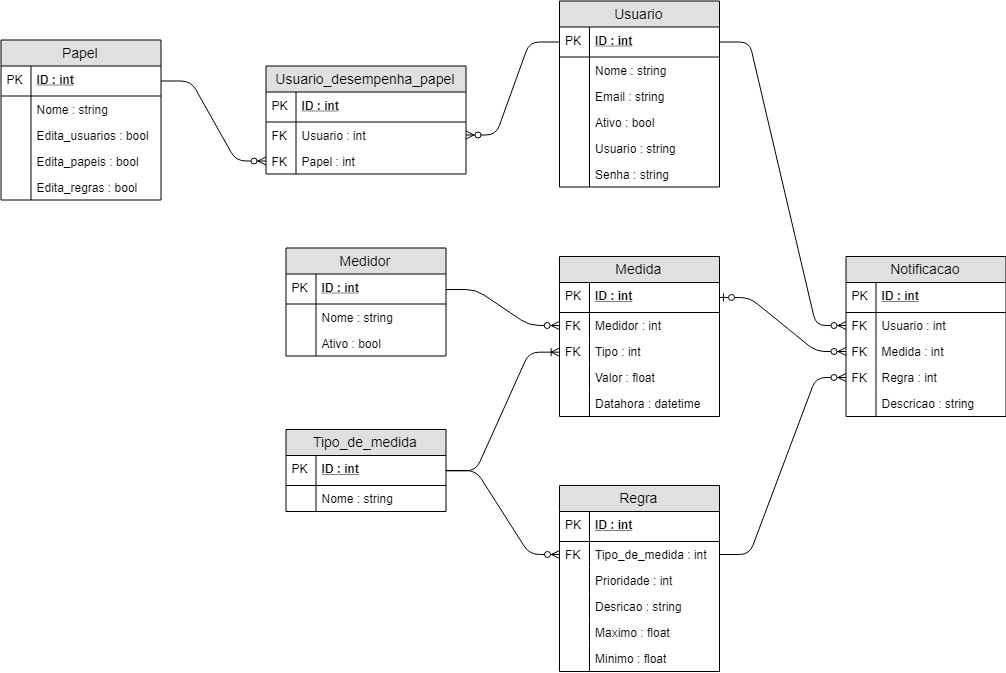
Earlier version of the draw.io export ChernoStation.png (anafalcao/QS-ChernoStation). Source tidied: cells renumbered, new cells last; positions are measured from the earlier drawing's top-left corner, leaving out a move shared by most shapes.
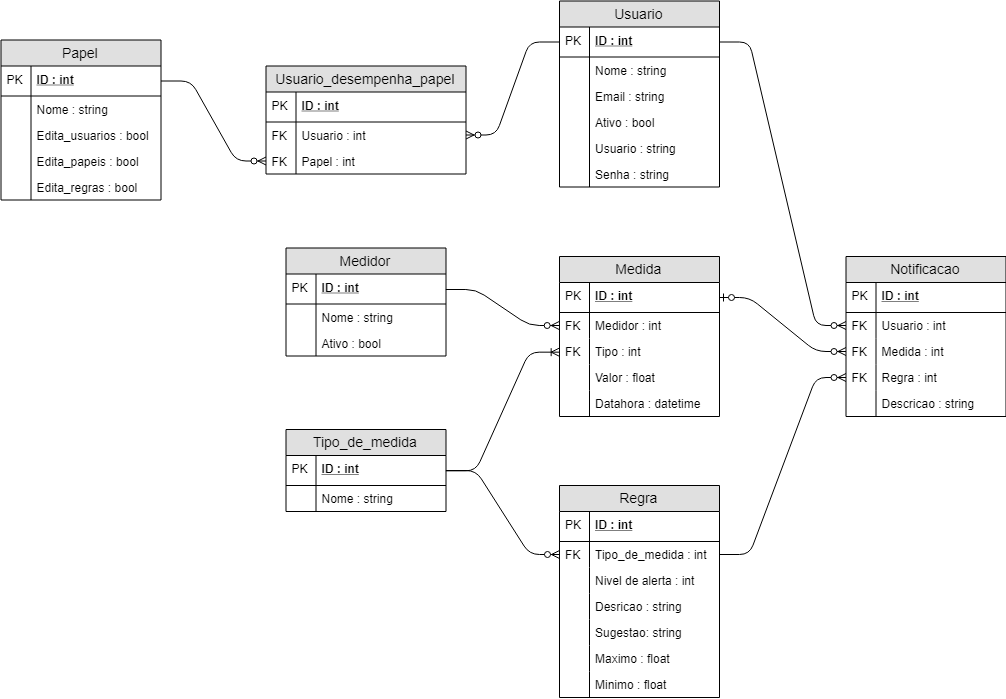
After the commit.

Commit message:
Adicionado nível de alerta e sugestão de correção ao modelo de entidade relacionamento

The edit, as a diff of the source:
```diff
@@ -216,7 +216,7 @@
       <mxGeometry relative="1" as="geometry" />
     </mxCell>
     <mxCell id="73" value="Regra" style="swimlane;fontStyle=0;horizontal=1;startSize=26;fillColor=#e0e0e0;swimlaneFillColor=#ffffff;align=center;fontSize=14;" parent="1" vertex="1">
-      <mxGeometry x="558" y="485" width="160" height="186" as="geometry" />
+      <mxGeometry x="558" y="485" width="160" height="212" as="geometry" />
     </mxCell>
     <mxCell id="74" value="ID : int" style="shape=partialRectangle;top=0;left=0;right=0;bottom=1;align=left;verticalAlign=middle;fillColor=none;spacingLeft=34;spacingRight=4;overflow=hidden;fontStyle=5;fontSize=12;" parent="73" vertex="1">
       <mxGeometry y="26" width="160" height="30" as="geometry" />
@@ -230,7 +230,7 @@
     <mxCell id="77" value="FK" style="shape=partialRectangle;top=0;left=0;bottom=0;fillColor=none;align=left;verticalAlign=top;spacingLeft=4;spacingRight=4;overflow=hidden;fontSize=12;" parent="76" vertex="1">
       <mxGeometry width="30" height="26" as="geometry" />
     </mxCell>
-    <mxCell id="78" value="Prioridade : int" style="shape=partialRectangle;top=0;left=0;right=0;bottom=0;align=left;verticalAlign=top;fillColor=none;spacingLeft=34;spacingRight=4;overflow=hidden;fontSize=12;" parent="73" vertex="1">
+    <mxCell id="78" value="Nivel de alerta : int" style="shape=partialRectangle;top=0;left=0;right=0;bottom=0;align=left;verticalAlign=top;fillColor=none;spacingLeft=34;spacingRight=4;overflow=hidden;fontSize=12;" parent="73" vertex="1">
       <mxGeometry y="82" width="160" height="26" as="geometry" />
     </mxCell>
     <mxCell id="79" style="shape=partialRectangle;top=0;left=0;bottom=0;fillColor=none;align=left;verticalAlign=top;spacingLeft=4;spacingRight=4;overflow=hidden;fontSize=12;" parent="78" vertex="1">
@@ -242,14 +242,20 @@
     <mxCell id="81" style="shape=partialRectangle;top=0;left=0;bottom=0;fillColor=none;align=left;verticalAlign=top;spacingLeft=4;spacingRight=4;overflow=hidden;fontSize=12;" parent="80" vertex="1">
       <mxGeometry width="30" height="26" as="geometry" />
     </mxCell>
+    <mxCell id="88" value="Sugestao: string" style="shape=partialRectangle;top=0;left=0;right=0;bottom=0;align=left;verticalAlign=top;fillColor=none;spacingLeft=34;spacingRight=4;overflow=hidden;fontSize=12;" parent="73" vertex="1">
+      <mxGeometry y="134" width="160" height="26" as="geometry" />
+    </mxCell>
+    <mxCell id="89" style="shape=partialRectangle;top=0;left=0;bottom=0;fillColor=none;align=left;verticalAlign=top;spacingLeft=4;spacingRight=4;overflow=hidden;fontSize=12;" parent="88" vertex="1">
+      <mxGeometry width="30" height="26" as="geometry" />
+    </mxCell>
     <mxCell id="82" value="Maximo : float" style="shape=partialRectangle;top=0;left=0;right=0;bottom=0;align=left;verticalAlign=top;fillColor=none;spacingLeft=34;spacingRight=4;overflow=hidden;fontSize=12;" parent="73" vertex="1">
-      <mxGeometry y="134" width="160" height="26" as="geometry" />
+      <mxGeometry y="160" width="160" height="26" as="geometry" />
     </mxCell>
     <mxCell id="83" style="shape=partialRectangle;top=0;left=0;bottom=0;fillColor=none;align=left;verticalAlign=top;spacingLeft=4;spacingRight=4;overflow=hidden;fontSize=12;" parent="82" vertex="1">
       <mxGeometry width="30" height="26" as="geometry" />
     </mxCell>
     <mxCell id="84" value="Minimo : float" style="shape=partialRectangle;top=0;left=0;right=0;bottom=0;align=left;verticalAlign=top;fillColor=none;spacingLeft=34;spacingRight=4;overflow=hidden;fontSize=12;" parent="73" vertex="1">
-      <mxGeometry y="160" width="160" height="26" as="geometry" />
+      <mxGeometry y="186" width="160" height="26" as="geometry" />
     </mxCell>
     <mxCell id="85" style="shape=partialRectangle;top=0;left=0;bottom=0;fillColor=none;align=left;verticalAlign=top;spacingLeft=4;spacingRight=4;overflow=hidden;fontSize=12;" parent="84" vertex="1">
       <mxGeometry width="30" height="26" as="geometry" />
```
